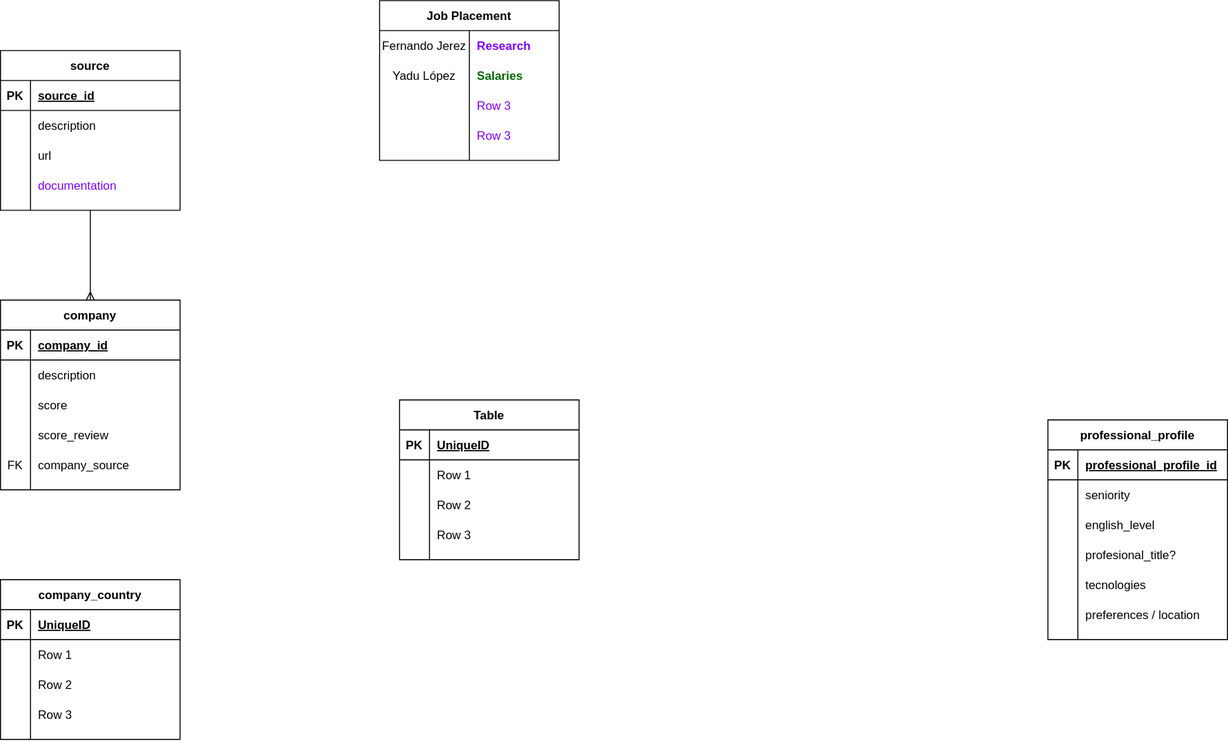
This is job_placement.drawio.svg from isabelyb/er_diagram_job_placement, a draw.io export, as it was before one commit. Source tidied: cells renumbered, new cells last; positions are measured from the earlier drawing's top-left corner, leaving out a move shared by most shapes.
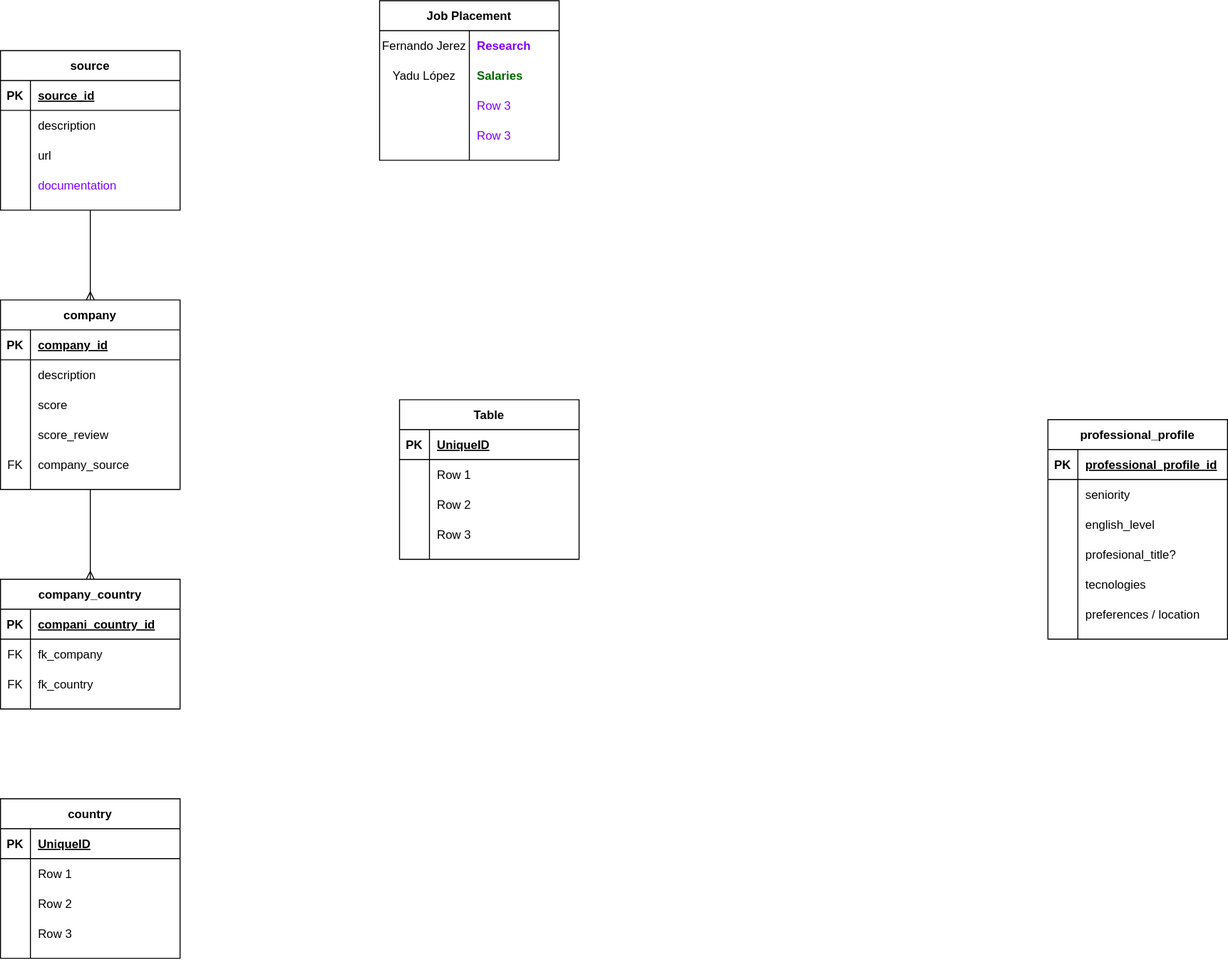
After the commit.

What changed in the source:
```diff
@@ -228,7 +228,7 @@
       <mxGeometry relative="1" as="geometry" />
     </mxCell>
     <mxCell id="77" value="company_country" style="shape=table;startSize=30;rowLines=0;fontStyle=1;align=center;fontColor=#000000;" parent="1" vertex="1">
-      <mxGeometry y="580" width="180" height="160" as="geometry" />
+      <mxGeometry y="580" width="180" height="130" as="geometry" />
     </mxCell>
     <mxCell id="78" style="shape=partialRectangle;fillColor=none;top=0;left=0;bottom=1;right=0;fontColor=#000000;" parent="77" vertex="1">
       <mxGeometry y="30" width="180" height="30" as="geometry" />
@@ -236,33 +236,66 @@
     <mxCell id="79" value="PK" style="shape=partialRectangle;fillColor=none;top=0;left=0;bottom=0;right=0;fontStyle=1;overflow=hidden;fontColor=#000000;" parent="78" vertex="1">
       <mxGeometry width="30" height="30" as="geometry" />
     </mxCell>
-    <mxCell id="80" value="UniqueID" style="shape=partialRectangle;fillColor=none;top=0;left=0;bottom=0;right=0;align=left;spacingLeft=6;fontStyle=5;overflow=hidden;fontColor=#000000;" parent="78" vertex="1">
+    <mxCell id="80" value="compani_country_id" style="shape=partialRectangle;fillColor=none;top=0;left=0;bottom=0;right=0;align=left;spacingLeft=6;fontStyle=5;overflow=hidden;fontColor=#000000;" parent="78" vertex="1">
       <mxGeometry x="30" width="150" height="30" as="geometry" />
     </mxCell>
     <mxCell id="81" style="shape=partialRectangle;fillColor=none;top=0;left=0;bottom=0;right=0;fontColor=#000000;" parent="77" vertex="1">
       <mxGeometry y="60" width="180" height="30" as="geometry" />
     </mxCell>
-    <mxCell id="82" style="shape=partialRectangle;fillColor=none;top=0;left=0;bottom=0;right=0;overflow=hidden;fontColor=#000000;" parent="81" vertex="1">
+    <mxCell id="82" value="FK" style="shape=partialRectangle;fillColor=none;top=0;left=0;bottom=0;right=0;overflow=hidden;fontColor=#000000;" parent="81" vertex="1">
       <mxGeometry width="30" height="30" as="geometry" />
     </mxCell>
-    <mxCell id="83" value="Row 1" style="shape=partialRectangle;fillColor=none;top=0;left=0;bottom=0;right=0;align=left;spacingLeft=6;overflow=hidden;fontColor=#000000;" parent="81" vertex="1">
+    <mxCell id="83" value="fk_company" style="shape=partialRectangle;fillColor=none;top=0;left=0;bottom=0;right=0;align=left;spacingLeft=6;overflow=hidden;fontColor=#000000;" parent="81" vertex="1">
       <mxGeometry x="30" width="150" height="30" as="geometry" />
     </mxCell>
     <mxCell id="84" style="shape=partialRectangle;fillColor=none;top=0;left=0;bottom=0;right=0;fontColor=#000000;" parent="77" vertex="1">
       <mxGeometry y="90" width="180" height="30" as="geometry" />
     </mxCell>
-    <mxCell id="85" style="shape=partialRectangle;fillColor=none;top=0;left=0;bottom=0;right=0;overflow=hidden;fontColor=#000000;" parent="84" vertex="1">
+    <mxCell id="85" value="FK" style="shape=partialRectangle;fillColor=none;top=0;left=0;bottom=0;right=0;overflow=hidden;fontColor=#000000;" parent="84" vertex="1">
       <mxGeometry width="30" height="30" as="geometry" />
     </mxCell>
-    <mxCell id="86" value="Row 2" style="shape=partialRectangle;fillColor=none;top=0;left=0;bottom=0;right=0;align=left;spacingLeft=6;overflow=hidden;fontColor=#000000;" parent="84" vertex="1">
+    <mxCell id="86" value="fk_country" style="shape=partialRectangle;fillColor=none;top=0;left=0;bottom=0;right=0;align=left;spacingLeft=6;overflow=hidden;fontColor=#000000;" parent="84" vertex="1">
       <mxGeometry x="30" width="150" height="30" as="geometry" />
     </mxCell>
+    <mxCell id="90" style="fontSize=12;html=1;endArrow=ERmany;rounded=0;fontColor=#000000;exitX=0.5;exitY=1;exitDx=0;exitDy=0;entryX=0.5;entryY=0;entryDx=0;entryDy=0;" parent="1" edge="1" source="34" target="77">
+      <mxGeometry relative="1" as="geometry" />
+    </mxCell>
+    <mxCell id="91" value="country" style="shape=table;startSize=30;rowLines=0;fontStyle=1;align=center;fontColor=#000000;" parent="1" vertex="1">
+      <mxGeometry y="800" width="180" height="160" as="geometry" />
+    </mxCell>
+    <mxCell id="92" style="shape=partialRectangle;fillColor=none;top=0;left=0;bottom=1;right=0;fontColor=#000000;" parent="91" vertex="1">
+      <mxGeometry y="30" width="180" height="30" as="geometry" />
+    </mxCell>
+    <mxCell id="93" value="PK" style="shape=partialRectangle;fillColor=none;top=0;left=0;bottom=0;right=0;fontStyle=1;overflow=hidden;fontColor=#000000;" parent="92" vertex="1">
+      <mxGeometry width="30" height="30" as="geometry" />
+    </mxCell>
+    <mxCell id="94" value="UniqueID" style="shape=partialRectangle;fillColor=none;top=0;left=0;bottom=0;right=0;align=left;spacingLeft=6;fontStyle=5;overflow=hidden;fontColor=#000000;" parent="92" vertex="1">
+      <mxGeometry x="30" width="150" height="30" as="geometry" />
+    </mxCell>
+    <mxCell id="95" style="shape=partialRectangle;fillColor=none;top=0;left=0;bottom=0;right=0;fontColor=#000000;" parent="91" vertex="1">
+      <mxGeometry y="60" width="180" height="30" as="geometry" />
+    </mxCell>
+    <mxCell id="96" style="shape=partialRectangle;fillColor=none;top=0;left=0;bottom=0;right=0;overflow=hidden;fontColor=#000000;" parent="95" vertex="1">
+      <mxGeometry width="30" height="30" as="geometry" />
+    </mxCell>
+    <mxCell id="97" value="Row 1" style="shape=partialRectangle;fillColor=none;top=0;left=0;bottom=0;right=0;align=left;spacingLeft=6;overflow=hidden;fontColor=#000000;" parent="95" vertex="1">
+      <mxGeometry x="30" width="150" height="30" as="geometry" />
+    </mxCell>
+    <mxCell id="98" style="shape=partialRectangle;fillColor=none;top=0;left=0;bottom=0;right=0;fontColor=#000000;" parent="91" vertex="1">
+      <mxGeometry y="90" width="180" height="30" as="geometry" />
+    </mxCell>
+    <mxCell id="99" style="shape=partialRectangle;fillColor=none;top=0;left=0;bottom=0;right=0;overflow=hidden;fontColor=#000000;" parent="98" vertex="1">
+      <mxGeometry width="30" height="30" as="geometry" />
+    </mxCell>
+    <mxCell id="100" value="Row 2" style="shape=partialRectangle;fillColor=none;top=0;left=0;bottom=0;right=0;align=left;spacingLeft=6;overflow=hidden;fontColor=#000000;" parent="98" vertex="1">
+      <mxGeometry x="30" width="150" height="30" as="geometry" />
+    </mxCell>
-    <mxCell id="87" style="shape=partialRectangle;fillColor=none;top=0;left=0;bottom=0;right=0;fontColor=#000000;" parent="77" vertex="1">
+    <mxCell id="87" style="shape=partialRectangle;fillColor=none;top=0;left=0;bottom=0;right=0;fontColor=#000000;" parent="91" vertex="1">
       <mxGeometry y="120" width="180" height="30" as="geometry" />
     </mxCell>
-    <mxCell id="88" style="shape=partialRectangle;fillColor=none;top=0;left=0;bottom=0;right=0;overflow=hidden;fontColor=#000000;" parent="87" vertex="1">
-      <mxGeometry width="30" height="30" as="geometry" />
-    </mxCell>
+    <mxCell id="101" style="shape=partialRectangle;fillColor=none;top=0;left=0;bottom=0;right=0;overflow=hidden;fontColor=#000000;" parent="87" vertex="1">
+      <mxGeometry width="30" height="30" as="geometry" />
+    </mxCell>
     <mxCell id="89" value="Row 3" style="shape=partialRectangle;fillColor=none;top=0;left=0;bottom=0;right=0;align=left;spacingLeft=6;overflow=hidden;fontColor=#000000;" parent="87" vertex="1">
       <mxGeometry x="30" width="150" height="30" as="geometry" />
     </mxCell>
```
